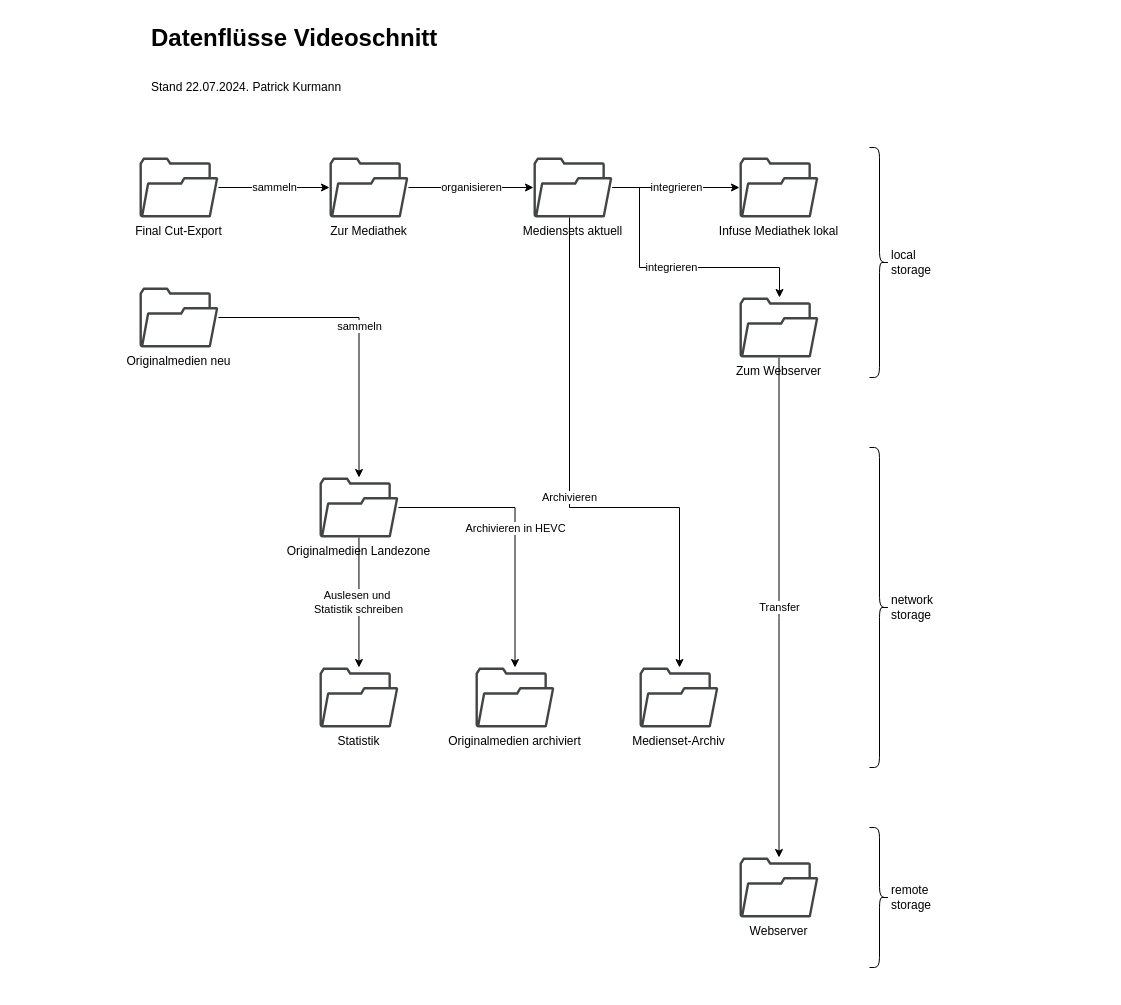
Above: docs/DataFlow.drawio in kurmann/videoschnitt (draw.io), before the change. Source tidied: cells renumbered, new cells numbered last; positions are measured from the earlier drawing's top-left corner, leaving out a move shared by most shapes. Both pictures are drawn from the tidied source at 100%, with x=0, y=0 at pixel (139, 17).
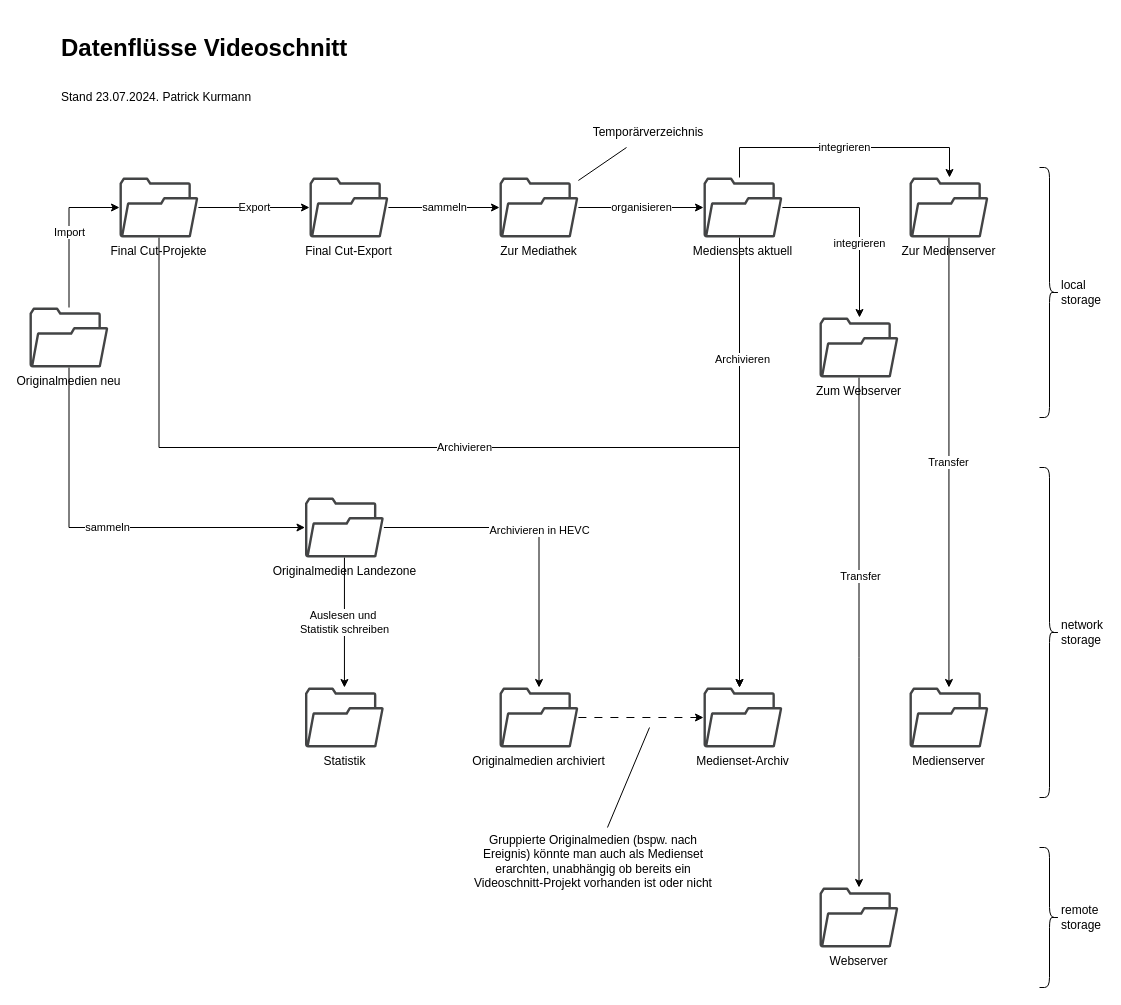
After the change.

Change to the diagram source:
```diff
@@
     <mxCell id="3" value="Final Cut-Export" style="shadow=0;dashed=0;html=1;strokeColor=none;fillColor=#434445;labelPosition=center;verticalLabelPosition=bottom;verticalAlign=top;align=center;outlineConnect=0;shape=mxgraph.vvd.folder;" parent="1" vertex="1">
-      <mxGeometry y="140" width="78.9" height="60" as="geometry" />
+      <mxGeometry x="170" y="160" width="78.9" height="60" as="geometry" />
     </mxCell>
@@
     <mxCell id="5" value="Zur Mediathek" style="shadow=0;dashed=0;html=1;strokeColor=none;fillColor=#434445;labelPosition=center;verticalLabelPosition=bottom;verticalAlign=top;align=center;outlineConnect=0;shape=mxgraph.vvd.folder;" parent="1" vertex="1">
-      <mxGeometry x="190" y="140" width="78.9" height="60" as="geometry" />
+      <mxGeometry x="360" y="160" width="78.9" height="60" as="geometry" />
     </mxCell>
     <mxCell id="6" value="integrieren" style="edgeStyle=orthogonalEdgeStyle;rounded=0;jettySize=auto;html=1;" parent="1" edge="1" source="9" target="13">
-      <mxGeometry relative="1" as="geometry" />
+      <mxGeometry relative="1" as="geometry">
+        <Array as="points">
+          <mxPoint x="600" y="130" />
+          <mxPoint x="810" y="130" />
+        </Array>
+      </mxGeometry>
     </mxCell>
     <mxCell id="7" value="integrieren" style="edgeStyle=orthogonalEdgeStyle;rounded=0;jettySize=auto;html=1;" parent="1" edge="1" source="9" target="15">
-      <mxGeometry relative="1" as="geometry">
+      <mxGeometry x="0.21" relative="1" as="geometry">
         <Array as="points">
-          <mxPoint x="500" y="170" />
-          <mxPoint x="500" y="250" />
-          <mxPoint x="640" y="250" />
+          <mxPoint x="720" y="190" />
         </Array>
       </mxGeometry>
     </mxCell>
     <mxCell id="8" value="Archivieren" style="edgeStyle=orthogonalEdgeStyle;rounded=0;jettySize=auto;html=1;" parent="1" edge="1" source="9" target="12">
-      <mxGeometry relative="1" as="geometry">
+      <mxGeometry x="-0.46" y="3" relative="1" as="geometry">
         <Array as="points">
-          <mxPoint x="430" y="490" />
-          <mxPoint x="540" y="490" />
+          <mxPoint x="600" y="580" />
+          <mxPoint x="600" y="580" />
         </Array>
       </mxGeometry>
     </mxCell>
     <mxCell id="9" value="Mediensets aktuell" style="shadow=0;dashed=0;html=1;strokeColor=none;fillColor=#434445;labelPosition=center;verticalLabelPosition=bottom;verticalAlign=top;align=center;outlineConnect=0;shape=mxgraph.vvd.folder;" parent="1" vertex="1">
-      <mxGeometry x="394" y="140" width="78.9" height="60" as="geometry" />
+      <mxGeometry x="564" y="160" width="78.9" height="60" as="geometry" />
     </mxCell>
     <mxCell id="10" value="network storage" style="shape=curlyBracket;whiteSpace=wrap;html=1;rounded=1;flipH=1;labelPosition=right;verticalLabelPosition=middle;align=left;verticalAlign=middle;" parent="1" vertex="1">
-      <mxGeometry x="730" y="430" width="20" height="320" as="geometry" />
+      <mxGeometry x="900" y="450" width="20" height="330" as="geometry" />
     </mxCell>
     <mxCell id="11" value="local storage" style="shape=curlyBracket;whiteSpace=wrap;html=1;rounded=1;flipH=1;labelPosition=right;verticalLabelPosition=middle;align=left;verticalAlign=middle;" parent="1" vertex="1">
-      <mxGeometry x="730" y="130" width="20" height="230" as="geometry" />
+      <mxGeometry x="900" y="150" width="20" height="250" as="geometry" />
     </mxCell>
     <mxCell id="12" value="Medienset-Archiv" style="shadow=0;dashed=0;html=1;strokeColor=none;fillColor=#434445;labelPosition=center;verticalLabelPosition=bottom;verticalAlign=top;align=center;outlineConnect=0;shape=mxgraph.vvd.folder;" parent="1" vertex="1">
-      <mxGeometry x="500" y="650" width="78.9" height="60" as="geometry" />
+      <mxGeometry x="564" y="670" width="78.9" height="60" as="geometry" />
     </mxCell>
+    <mxCell id="26" value="Transfer" style="edgeStyle=orthogonalEdgeStyle;rounded=0;jettySize=auto;html=1;" parent="1" edge="1" source="13" target="29">
+      <mxGeometry relative="1" as="geometry" />
+    </mxCell>
-    <mxCell id="13" value="Infuse Mediathek lokal" style="shadow=0;dashed=0;html=1;strokeColor=none;fillColor=#434445;labelPosition=center;verticalLabelPosition=bottom;verticalAlign=top;align=center;outlineConnect=0;shape=mxgraph.vvd.folder;" parent="1" vertex="1">
-      <mxGeometry x="600" y="140" width="78.9" height="60" as="geometry" />
+    <mxCell id="13" value="Zur Medienserver" style="shadow=0;dashed=0;html=1;strokeColor=none;fillColor=#434445;labelPosition=center;verticalLabelPosition=bottom;verticalAlign=top;align=center;outlineConnect=0;shape=mxgraph.vvd.folder;" parent="1" vertex="1">
+      <mxGeometry x="770" y="160" width="78.9" height="60" as="geometry" />
     </mxCell>
     <mxCell id="14" value="Transfer" style="edgeStyle=orthogonalEdgeStyle;rounded=0;jettySize=auto;html=1;" parent="1" edge="1" source="15" target="16">
-      <mxGeometry relative="1" as="geometry">
+      <mxGeometry x="-0.22" y="1" relative="1" as="geometry">
         <Array as="points">
-          <mxPoint x="639" y="600" />
-          <mxPoint x="639" y="600" />
+          <mxPoint x="720" y="640" />
+          <mxPoint x="720" y="640" />
         </Array>
       </mxGeometry>
     </mxCell>
     <mxCell id="15" value="Zum Webserver" style="shadow=0;dashed=0;html=1;strokeColor=none;fillColor=#434445;labelPosition=center;verticalLabelPosition=bottom;verticalAlign=top;align=center;outlineConnect=0;shape=mxgraph.vvd.folder;" parent="1" vertex="1">
-      <mxGeometry x="600" y="280" width="78.9" height="60" as="geometry" />
+      <mxGeometry x="680" y="300" width="78.9" height="60" as="geometry" />
     </mxCell>
     <mxCell id="16" value="Webserver" style="shadow=0;dashed=0;html=1;strokeColor=none;fillColor=#434445;labelPosition=center;verticalLabelPosition=bottom;verticalAlign=top;align=center;outlineConnect=0;shape=mxgraph.vvd.folder;" parent="1" vertex="1">
-      <mxGeometry x="600" y="840" width="78.9" height="60" as="geometry" />
+      <mxGeometry x="680" y="870" width="78.9" height="60" as="geometry" />
     </mxCell>
     <mxCell id="17" value="remote storage" style="shape=curlyBracket;whiteSpace=wrap;html=1;rounded=1;flipH=1;labelPosition=right;verticalLabelPosition=middle;align=left;verticalAlign=middle;" parent="1" vertex="1">
-      <mxGeometry x="730" y="810" width="20" height="140" as="geometry" />
+      <mxGeometry x="900" y="830" width="20" height="140" as="geometry" />
     </mxCell>
@@
     <mxCell id="20" value="Originalmedien Landezone" style="shadow=0;dashed=0;html=1;strokeColor=none;fillColor=#434445;labelPosition=center;verticalLabelPosition=bottom;verticalAlign=top;align=center;outlineConnect=0;shape=mxgraph.vvd.folder;" parent="1" vertex="1">
-      <mxGeometry x="180" y="460" width="78.9" height="60" as="geometry" />
+      <mxGeometry x="165.5" y="480" width="78.9" height="60" as="geometry" />
     </mxCell>
     <mxCell id="21" value="Statistik" style="shadow=0;dashed=0;html=1;strokeColor=none;fillColor=#434445;labelPosition=center;verticalLabelPosition=bottom;verticalAlign=top;align=center;outlineConnect=0;shape=mxgraph.vvd.folder;" parent="1" vertex="1">
-      <mxGeometry x="180" y="650" width="78.9" height="60" as="geometry" />
+      <mxGeometry x="165.5" y="670" width="78.9" height="60" as="geometry" />
     </mxCell>
+    <mxCell id="27" style="edgeStyle=orthogonalEdgeStyle;rounded=0;jettySize=auto;html=1;dashed=1;dashPattern=8 8;" parent="1" edge="1" source="22" target="12">
+      <mxGeometry relative="1" as="geometry" />
+    </mxCell>
     <mxCell id="22" value="Originalmedien archiviert" style="shadow=0;dashed=0;html=1;strokeColor=none;fillColor=#434445;labelPosition=center;verticalLabelPosition=bottom;verticalAlign=top;align=center;outlineConnect=0;shape=mxgraph.vvd.folder;" parent="1" vertex="1">
-      <mxGeometry x="336" y="650" width="78.9" height="60" as="geometry" />
+      <mxGeometry x="360" y="670" width="78.9" height="60" as="geometry" />
     </mxCell>
     <mxCell id="23" value="sammeln" style="edgeStyle=orthogonalEdgeStyle;rounded=0;jettySize=auto;html=1;" parent="1" edge="1" source="24" target="20">
-      <mxGeometry relative="1" as="geometry" />
+      <mxGeometry relative="1" as="geometry">
+        <Array as="points">
+          <mxPoint x="-70" y="510" />
+        </Array>
+      </mxGeometry>
     </mxCell>
+    <mxCell id="28" value="Import" style="edgeStyle=orthogonalEdgeStyle;rounded=0;jettySize=auto;html=1;" parent="1" edge="1" source="24" target="34">
+      <mxGeometry relative="1" as="geometry">
+        <Array as="points">
+          <mxPoint x="-70" y="320" />
+          <mxPoint x="-70" y="190" />
+        </Array>
+      </mxGeometry>
+    </mxCell>
     <mxCell id="24" value="Originalmedien neu" style="shadow=0;dashed=0;html=1;strokeColor=none;fillColor=#434445;labelPosition=center;verticalLabelPosition=bottom;verticalAlign=top;align=center;outlineConnect=0;shape=mxgraph.vvd.folder;" parent="1" vertex="1">
-      <mxGeometry y="270" width="78.9" height="60" as="geometry" />
+      <mxGeometry x="-110" y="290" width="78.9" height="60" as="geometry" />
     </mxCell>
-    <mxCell id="25" value="&lt;h1 style=&quot;margin-top: 0px;&quot;&gt;&lt;span style=&quot;background-color: initial;&quot;&gt;Datenflüsse Videoschnitt&lt;/span&gt;&lt;/h1&gt;&lt;h1 style=&quot;margin-top: 0px;&quot;&gt;&lt;span style=&quot;font-size: 12px; font-weight: 400;&quot;&gt;Stand 22.07.2024. Patrick Kurmann&lt;/span&gt;&lt;/h1&gt;" style="text;html=1;whiteSpace=wrap;overflow=hidden;rounded=0;" parent="1" vertex="1">
-      <mxGeometry x="10" width="390" height="120" as="geometry" />
+    <mxCell id="25" value="&lt;h1 style=&quot;margin-top: 0px;&quot;&gt;&lt;span style=&quot;background-color: initial;&quot;&gt;Datenflüsse Videoschnitt&lt;/span&gt;&lt;/h1&gt;&lt;h1 style=&quot;margin-top: 0px;&quot;&gt;&lt;span style=&quot;font-size: 12px; font-weight: 400;&quot;&gt;Stand 23.07.2024. Patrick Kurmann&lt;/span&gt;&lt;/h1&gt;" style="text;html=1;whiteSpace=wrap;overflow=hidden;rounded=0;" parent="1" vertex="1">
+      <mxGeometry x="-80" y="10" width="390" height="80" as="geometry" />
     </mxCell>
+    <mxCell id="29" value="Medienserver" style="shadow=0;dashed=0;html=1;strokeColor=none;fillColor=#434445;labelPosition=center;verticalLabelPosition=bottom;verticalAlign=top;align=center;outlineConnect=0;shape=mxgraph.vvd.folder;" parent="1" vertex="1">
+      <mxGeometry x="770" y="670" width="78.9" height="60" as="geometry" />
+    </mxCell>
+    <mxCell id="30" value="Temporärverzeichnis" style="text;html=1;align=center;verticalAlign=middle;whiteSpace=wrap;rounded=0;" parent="1" vertex="1">
+      <mxGeometry x="438.9" y="100" width="140" height="30" as="geometry" />
+    </mxCell>
+    <mxCell id="31" style="endArrow=none;html=1;rounded=0;" parent="1" edge="1" source="5" target="30">
+      <mxGeometry relative="1" as="geometry" />
+    </mxCell>
+    <mxCell id="32" value="Export" style="edgeStyle=orthogonalEdgeStyle;rounded=0;jettySize=auto;html=1;" parent="1" edge="1" source="34" target="3">
+      <mxGeometry relative="1" as="geometry" />
+    </mxCell>
+    <mxCell id="33" value="Archivieren" style="edgeStyle=orthogonalEdgeStyle;rounded=0;jettySize=auto;html=1;" parent="1" edge="1" source="34" target="12">
+      <mxGeometry relative="1" as="geometry">
+        <Array as="points">
+          <mxPoint x="20" y="430" />
+          <mxPoint x="600" y="430" />
+        </Array>
+      </mxGeometry>
+    </mxCell>
+    <mxCell id="34" value="Final Cut-Projekte" style="shadow=0;dashed=0;html=1;strokeColor=none;fillColor=#434445;labelPosition=center;verticalLabelPosition=bottom;verticalAlign=top;align=center;outlineConnect=0;shape=mxgraph.vvd.folder;" parent="1" vertex="1">
+      <mxGeometry x="-20" y="160" width="78.9" height="60" as="geometry" />
+    </mxCell>
+    <mxCell id="35" value="Gruppierte Originalmedien (bspw. nach Ereignis) könnte man auch als Medienset erarchten, unabhängig ob bereits ein Videoschnitt-Projekt vorhanden ist oder nicht" style="text;html=1;align=center;verticalAlign=middle;whiteSpace=wrap;rounded=0;" parent="1" vertex="1">
+      <mxGeometry x="328.9" y="810" width="250" height="67" as="geometry" />
+    </mxCell>
+    <mxCell id="36" style="endArrow=none;html=1;rounded=0;" parent="1" edge="1" source="35">
+      <mxGeometry relative="1" as="geometry">
+        <mxPoint x="510" y="710" as="targetPoint" />
+      </mxGeometry>
+    </mxCell>
```
